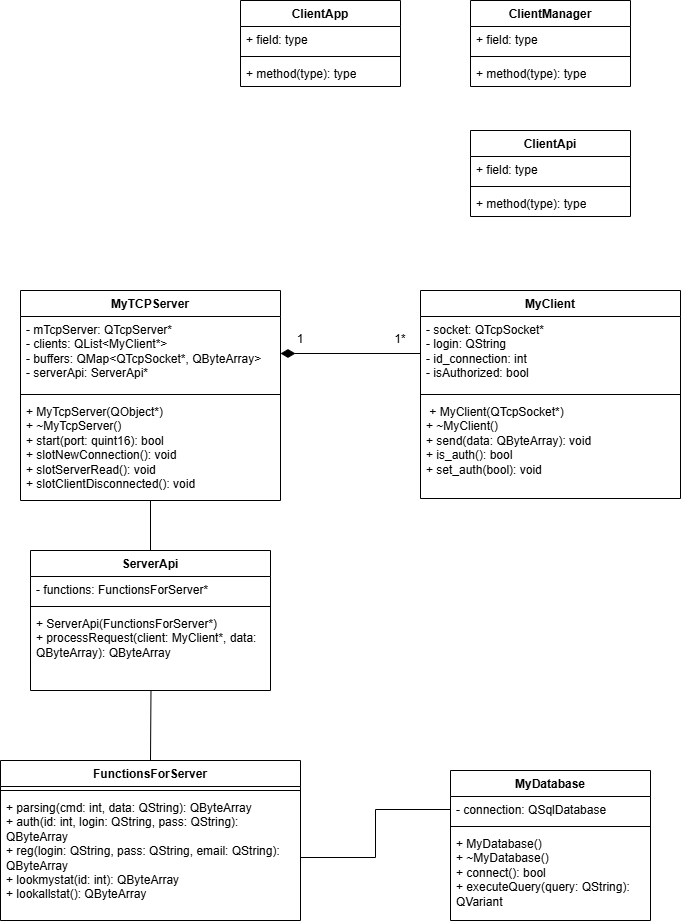
The draw.io diagram Диаграмма классов.drawio.png in mandrus-ai/MITP_2026, before a commit. Source tidied: cells renumbered, new cells last; positions are measured from the earlier drawing's top-left corner, leaving out a move shared by most shapes.
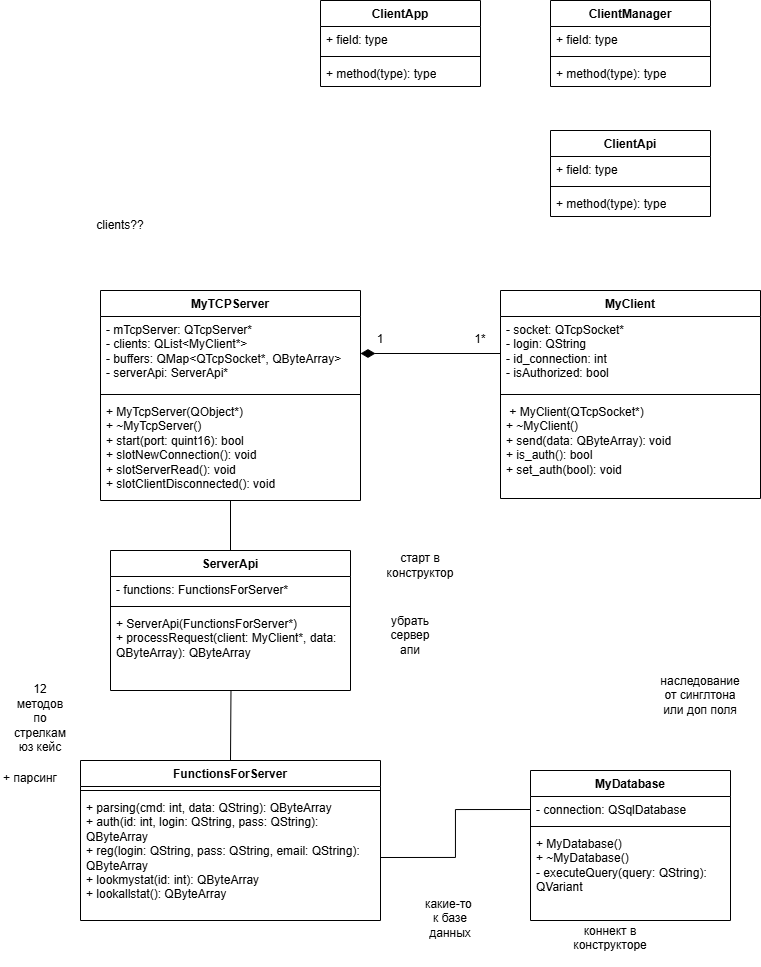
After the commit.

Diff of the diagram source:
```diff
@@ -11,7 +11,7 @@
     <mxCell id="4" style="line;strokeWidth=1;fillColor=none;align=left;verticalAlign=middle;spacingTop=-1;spacingLeft=3;spacingRight=3;labelPosition=right;strokeColor=inherit;" parent="2" vertex="1">
       <mxGeometry y="52" width="200" height="8" as="geometry" />
     </mxCell>
-    <mxCell id="5" value="+ MyDatabase()&lt;br&gt;    + ~MyDatabase()&lt;br&gt;    + connect(): bool&lt;br&gt;    + executeQuery(query: QString): QVariant" style="text;strokeColor=none;fillColor=none;align=left;verticalAlign=top;spacingLeft=4;spacingRight=4;overflow=hidden;whiteSpace=wrap;html=1;" parent="2" vertex="1">
+    <mxCell id="5" value="+ MyDatabase()&lt;br&gt;    + ~MyDatabase()&lt;br&gt;- executeQuery(query: QString): QVariant" style="text;strokeColor=none;fillColor=none;align=left;verticalAlign=top;spacingLeft=4;spacingRight=4;overflow=hidden;whiteSpace=wrap;html=1;" parent="2" vertex="1">
       <mxGeometry y="60" width="200" height="90" as="geometry" />
     </mxCell>
     <mxCell id="6" value="FunctionsForServer" style="swimlane;fontStyle=1;align=center;verticalAlign=top;horizontal=1;startSize=26;whiteSpace=wrap;html=1;" parent="1" vertex="1">
@@ -113,5 +113,29 @@
     <mxCell id="38" style="endArrow=none;html=1;rounded=0;entryX=0.5;entryY=0;entryDx=0;entryDy=0;exitX=0.502;exitY=0.998;exitDx=0;exitDy=0;exitPerimeter=0;" parent="1" edge="1" source="12" target="6">
       <mxGeometry relative="1" as="geometry" />
     </mxCell>
+    <mxCell id="39" value="clients??" style="text;html=1;whiteSpace=wrap;strokeColor=none;fillColor=none;align=center;verticalAlign=middle;rounded=0;" parent="1" vertex="1">
+      <mxGeometry x="10" y="210" width="60" height="30" as="geometry" />
+    </mxCell>
+    <mxCell id="40" value="старт в конструктор" style="text;html=1;whiteSpace=wrap;strokeColor=none;fillColor=none;align=center;verticalAlign=middle;rounded=0;" parent="1" vertex="1">
+      <mxGeometry x="310" y="550" width="60" height="30" as="geometry" />
+    </mxCell>
+    <mxCell id="41" value="убрать сервер апи" style="text;html=1;whiteSpace=wrap;strokeColor=none;fillColor=none;align=center;verticalAlign=middle;rounded=0;" parent="1" vertex="1">
+      <mxGeometry x="300" y="620" width="60" height="30" as="geometry" />
+    </mxCell>
+    <mxCell id="42" value="12 методов по стрелкам юз кейс&lt;div&gt;&lt;br&gt;&lt;/div&gt;" style="text;html=1;whiteSpace=wrap;strokeColor=none;fillColor=none;align=center;verticalAlign=middle;rounded=0;" parent="1" vertex="1">
+      <mxGeometry x="-70" y="710" width="60" height="30" as="geometry" />
+    </mxCell>
+    <mxCell id="43" value="+ парсинг&lt;div&gt;&lt;br&gt;&lt;/div&gt;" style="text;html=1;whiteSpace=wrap;strokeColor=none;fillColor=none;align=center;verticalAlign=middle;rounded=0;" parent="1" vertex="1">
+      <mxGeometry x="-80" y="770" width="60" height="30" as="geometry" />
+    </mxCell>
+    <mxCell id="44" value="какие-то&amp;nbsp; к базе данных&lt;div&gt;&lt;br&gt;&lt;/div&gt;" style="text;html=1;whiteSpace=wrap;strokeColor=none;fillColor=none;align=center;verticalAlign=middle;rounded=0;" parent="1" vertex="1">
+      <mxGeometry x="340" y="910" width="60" height="30" as="geometry" />
+    </mxCell>
+    <mxCell id="45" value="коннект в конструкторе&lt;div&gt;&lt;br&gt;&lt;/div&gt;" style="text;html=1;whiteSpace=wrap;strokeColor=none;fillColor=none;align=center;verticalAlign=middle;rounded=0;" parent="1" vertex="1">
+      <mxGeometry x="500" y="930" width="60" height="30" as="geometry" />
+    </mxCell>
+    <mxCell id="46" value="наследование от синглтона или доп поля" style="text;html=1;whiteSpace=wrap;strokeColor=none;fillColor=none;align=center;verticalAlign=middle;rounded=0;" parent="1" vertex="1">
+      <mxGeometry x="590" y="680" width="60" height="30" as="geometry" />
+    </mxCell>
   </root>
 </mxGraphModel>
```
